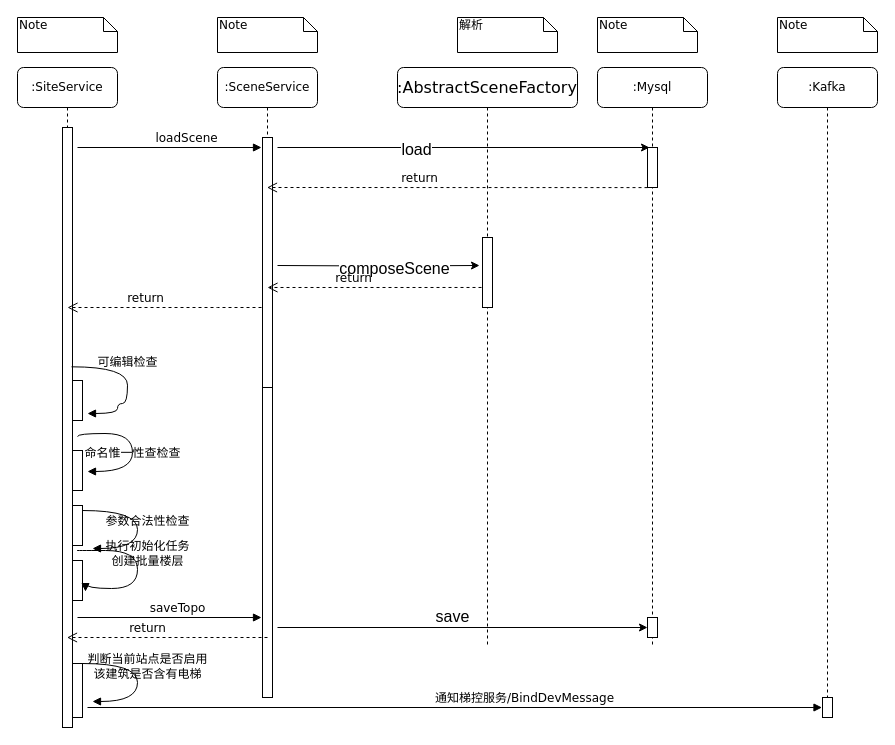
The draw.io diagram craft/add_building_flow_site.drawio in feihu618/drawio, before the edit. Source tidied: cells renumbered, new cells numbered last; positions are measured from the earlier drawing's top-left corner, leaving out a move shared by most shapes. Both pictures are drawn from the tidied source at 100%, with x=0, y=0 at pixel (17, 17).
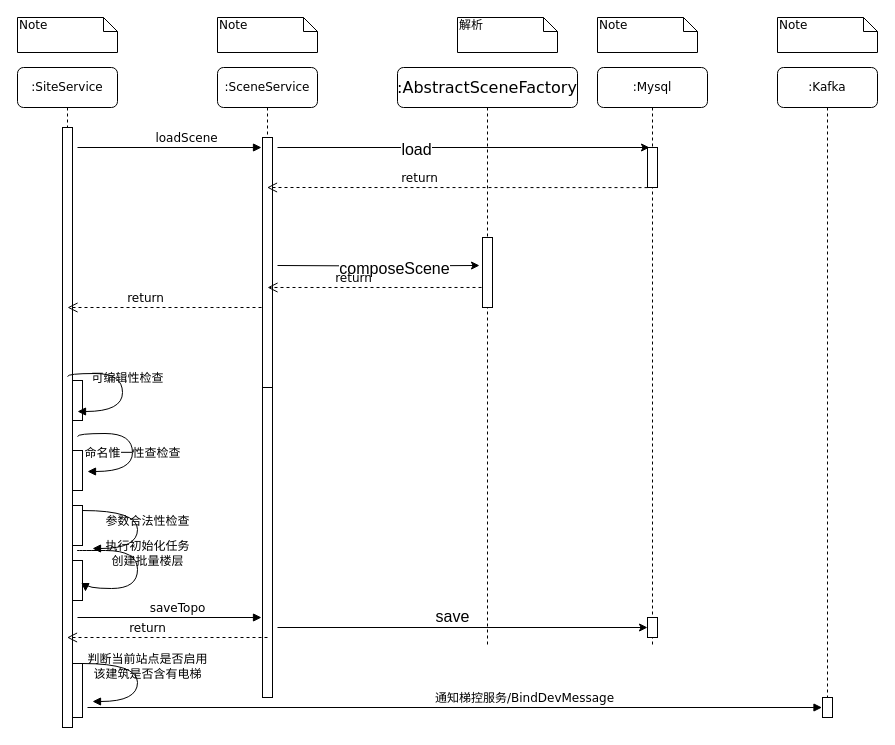
Above is the later version.

The change refers to these unchanged cells:
```xml
<mxCell id="13" value=":SiteService" style="shape=umlLifeline;perimeter=lifelinePerimeter;whiteSpace=wrap;html=1;outlineConnect=0;rounded=1;shadow=0;comic=0;labelBackgroundColor=none;strokeWidth=1;fontFamily=Verdana;fontSize=12;align=center;" parent="1" vertex="1">
  <mxGeometry y="50" width="100" height="660" as="geometry" />
</mxCell>
<mxCell id="19" style="html=1;points=[];perimeter=orthogonalPerimeter;rounded=0;shadow=0;comic=0;labelBackgroundColor=none;strokeWidth=1;fontFamily=Verdana;fontSize=12;align=center;" parent="13" vertex="1">
  <mxGeometry x="55" y="313" width="10" height="40" as="geometry" />
</mxCell>
```

What changed in the source:
```diff
@@
-    <mxCell id="20" value="可编辑检查" style="html=1;verticalAlign=bottom;endArrow=block;labelBackgroundColor=none;fontFamily=Verdana;fontSize=12;elbow=vertical;edgeStyle=orthogonalEdgeStyle;curved=1;exitX=0.9;exitY=0.113;exitPerimeter=0;entryX=1.5;entryY=0.825;entryDx=0;entryDy=0;entryPerimeter=0;exitDx=0;exitDy=0;" parent="13" edge="1" target="19">
-      <mxGeometry x="-0.14" relative="1" as="geometry">
-        <mxPoint x="54" y="299.3" as="sourcePoint" />
-        <Array as="points">
-          <mxPoint x="110" y="299" />
-          <mxPoint x="110" y="336" />
-          <mxPoint x="100" y="336" />
-          <mxPoint x="100" y="346" />
-        </Array>
-      </mxGeometry>
-    </mxCell>
@@
+    <mxCell id="42" value="可编辑性检查" style="html=1;verticalAlign=bottom;endArrow=block;labelBackgroundColor=none;fontFamily=Verdana;fontSize=12;elbow=vertical;edgeStyle=orthogonalEdgeStyle;curved=1;" parent="1" edge="1">
+      <mxGeometry x="0.02" y="5" relative="1" as="geometry">
+        <mxPoint x="50" y="359" as="sourcePoint" />
+        <mxPoint x="60" y="394" as="targetPoint" />
+        <Array as="points">
+          <mxPoint x="50" y="356" />
+          <mxPoint x="105" y="356" />
+          <mxPoint x="105" y="394" />
+        </Array>
+      </mxGeometry>
+    </mxCell>
```
